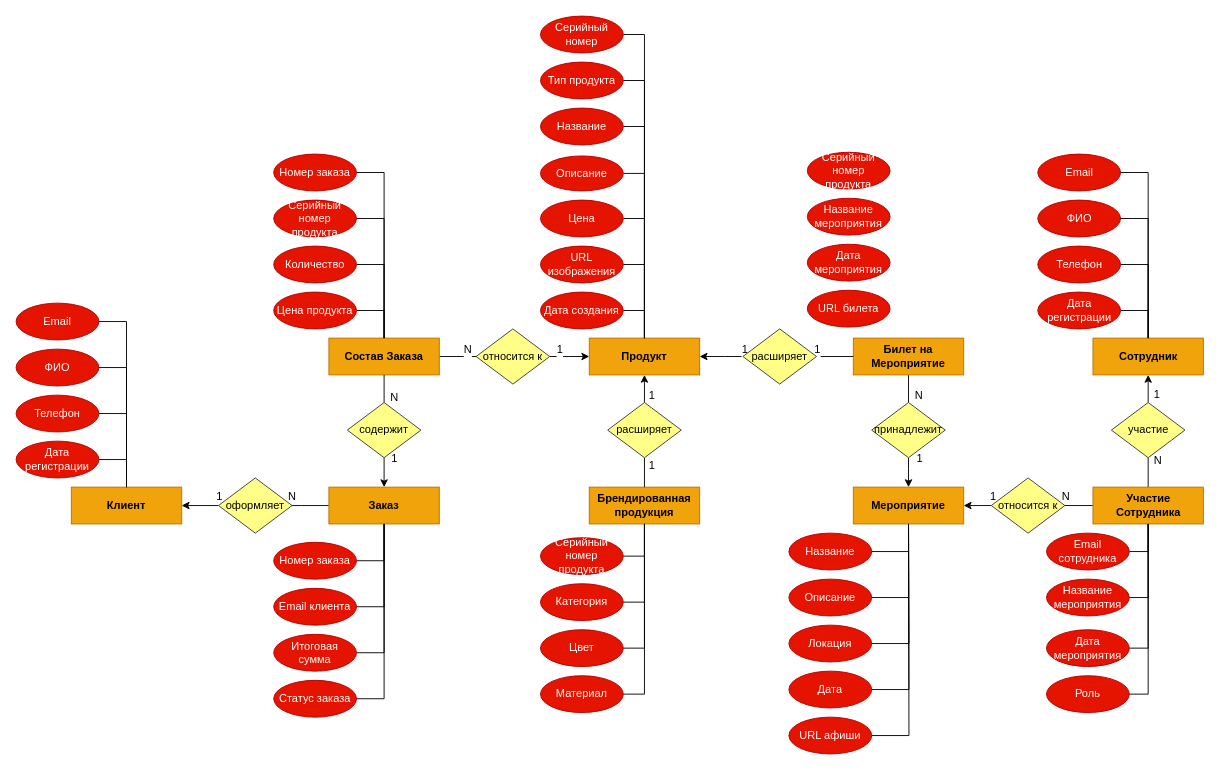
This is ud1.drawio from softqwak/ud, a draw.io file, before an edit. Source tidied: cells renumbered, new cells numbered last; positions are measured from the earlier drawing's top-left corner, leaving out a move shared by most shapes. Both pictures are drawn from the tidied source at 92%, with x=0, y=0 at pixel (16, 16).
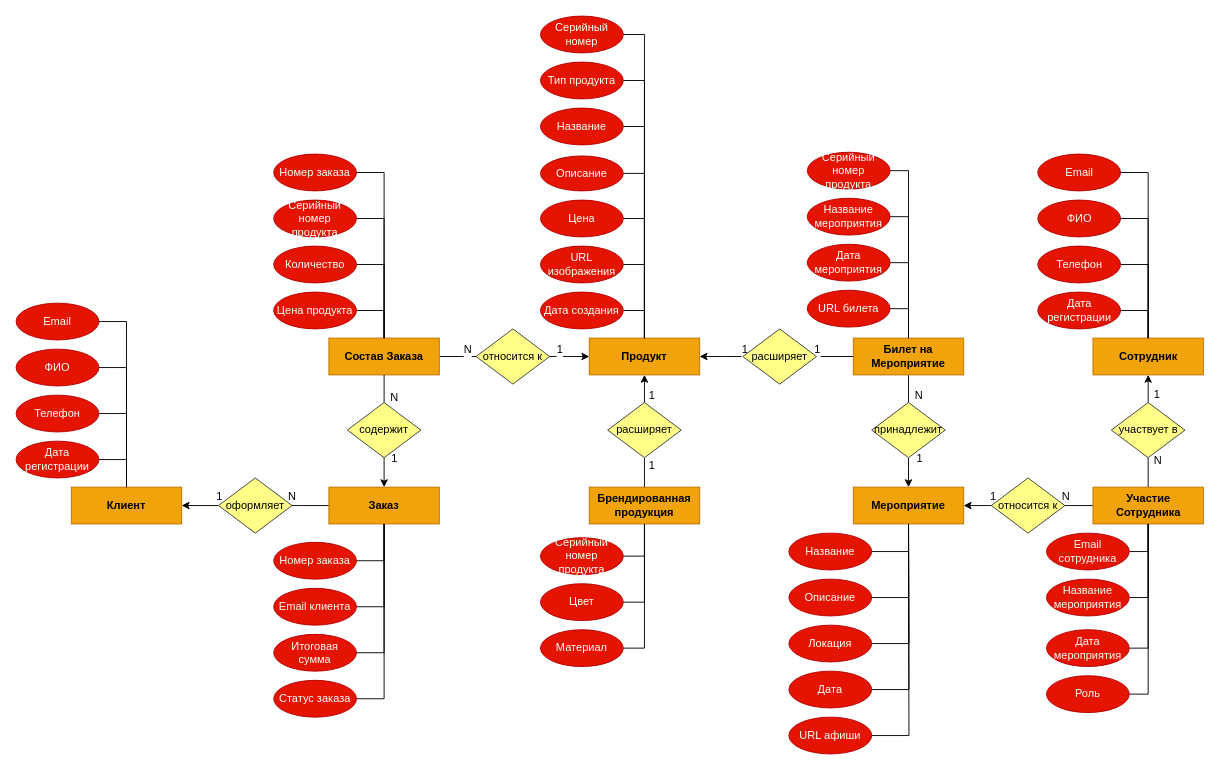
Above is the later version.

Unchanged cells that the change refers to:
```xml
<mxCell id="16" value="Брендированная продукция" style="rounded=0;whiteSpace=wrap;html=1;fillColor=#f0a30a;fontColor=#000000;strokeColor=#BD7000;fontStyle=1;" parent="1" vertex="1">
  <mxGeometry x="623" y="512" width="120" height="40" as="geometry" />
</mxCell>
<mxCell id="29" value="Билет на Мероприятие" style="rounded=0;whiteSpace=wrap;html=1;fillColor=#f0a30a;fontColor=#000000;strokeColor=#BD7000;fontStyle=1;" parent="1" vertex="1">
  <mxGeometry x="910" y="350" width="120" height="40" as="geometry" />
</mxCell>
<mxCell id="38" value="Серийный номер продукта" style="ellipse;whiteSpace=wrap;html=1;fillColor=#e51400;fontColor=#ffffff;strokeColor=#B20000;" parent="1" vertex="1">
  <mxGeometry x="860" y="148" width="90" height="40" as="geometry" />
</mxCell>
<mxCell id="39" value="Название мероприятия" style="ellipse;whiteSpace=wrap;html=1;fillColor=#e51400;fontColor=#ffffff;strokeColor=#B20000;" parent="1" vertex="1">
  <mxGeometry x="860" y="198" width="90" height="40" as="geometry" />
</mxCell>
<mxCell id="40" value="Дата мероприятия" style="ellipse;whiteSpace=wrap;html=1;fillColor=#e51400;fontColor=#ffffff;strokeColor=#B20000;" parent="1" vertex="1">
  <mxGeometry x="860" y="248" width="90" height="40" as="geometry" />
</mxCell>
<mxCell id="93" value="URL билета" style="ellipse;whiteSpace=wrap;html=1;fillColor=#e51400;fontColor=#ffffff;strokeColor=#B20000;" parent="1" vertex="1">
  <mxGeometry x="860" y="298" width="90" height="40" as="geometry" />
</mxCell>
```

Diff of the diagram source:
```diff
@@
+    <mxCell id="127" style="edgeStyle=orthogonalEdgeStyle;shape=connector;rounded=0;jettySize=auto;html=1;exitX=1;exitY=0.5;exitDx=0;exitDy=0;entryX=0.5;entryY=0;entryDx=0;entryDy=0;strokeColor=default;align=center;verticalAlign=middle;fontFamily=Helvetica;fontSize=12;fontColor=default;fontStyle=0;labelBackgroundColor=default;endArrow=none;endFill=0;" parent="1" edge="1" source="38" target="29">
+      <mxGeometry relative="1" as="geometry" />
+    </mxCell>
@@
+    <mxCell id="128" style="edgeStyle=orthogonalEdgeStyle;shape=connector;rounded=0;jettySize=auto;html=1;exitX=1;exitY=0.5;exitDx=0;exitDy=0;entryX=0.5;entryY=0;entryDx=0;entryDy=0;strokeColor=default;align=center;verticalAlign=middle;fontFamily=Helvetica;fontSize=12;fontColor=default;fontStyle=0;labelBackgroundColor=default;endArrow=none;endFill=0;" parent="1" edge="1" source="39" target="29">
+      <mxGeometry relative="1" as="geometry" />
+    </mxCell>
@@
+    <mxCell id="129" style="edgeStyle=orthogonalEdgeStyle;shape=connector;rounded=0;jettySize=auto;html=1;exitX=1;exitY=0.5;exitDx=0;exitDy=0;entryX=0.5;entryY=0;entryDx=0;entryDy=0;strokeColor=default;align=center;verticalAlign=middle;fontFamily=Helvetica;fontSize=12;fontColor=default;fontStyle=0;labelBackgroundColor=default;endArrow=none;endFill=0;" parent="1" edge="1" source="40" target="29">
+      <mxGeometry relative="1" as="geometry" />
+    </mxCell>
@@
-    <mxCell id="43" style="edgeStyle=orthogonalEdgeStyle;shape=connector;rounded=0;jettySize=auto;html=1;exitX=1;exitY=0.5;exitDx=0;exitDy=0;entryX=0.5;entryY=1;entryDx=0;entryDy=0;strokeColor=default;align=center;verticalAlign=middle;fontFamily=Helvetica;fontSize=12;fontColor=default;fontStyle=0;labelBackgroundColor=default;endArrow=none;endFill=0;" parent="1" edge="1" source="44" target="16">
-      <mxGeometry relative="1" as="geometry" />
-    </mxCell>
-    <mxCell id="44" value="Категория" style="ellipse;whiteSpace=wrap;html=1;fillColor=#e51400;fontColor=#ffffff;strokeColor=#B20000;" parent="1" vertex="1">
-      <mxGeometry x="570" y="617" width="90" height="40" as="geometry" />
-    </mxCell>
@@
     <mxCell id="46" value="Цвет" style="ellipse;whiteSpace=wrap;html=1;fillColor=#e51400;fontColor=#ffffff;strokeColor=#B20000;" parent="1" vertex="1">
-      <mxGeometry x="570" y="667" width="90" height="40" as="geometry" />
+      <mxGeometry x="570" y="617" width="90" height="40" as="geometry" />
     </mxCell>
@@
     <mxCell id="48" value="Материал" style="ellipse;whiteSpace=wrap;html=1;fillColor=#e51400;fontColor=#ffffff;strokeColor=#B20000;" parent="1" vertex="1">
-      <mxGeometry x="570" y="717" width="90" height="40" as="geometry" />
+      <mxGeometry x="570" y="667" width="90" height="40" as="geometry" />
     </mxCell>
@@
+    <mxCell id="130" style="edgeStyle=orthogonalEdgeStyle;shape=connector;rounded=0;jettySize=auto;html=1;exitX=1;exitY=0.5;exitDx=0;exitDy=0;entryX=0.5;entryY=0;entryDx=0;entryDy=0;strokeColor=default;align=center;verticalAlign=middle;fontFamily=Helvetica;fontSize=12;fontColor=default;fontStyle=0;labelBackgroundColor=default;endArrow=none;endFill=0;" parent="1" edge="1" source="93" target="29">
+      <mxGeometry relative="1" as="geometry" />
+    </mxCell>
@@
-    <mxCell id="126" value="участие" style="rhombus;whiteSpace=wrap;html=1;rounded=0;strokeColor=#36393d;align=center;verticalAlign=middle;fontFamily=Helvetica;fontSize=12;fontColor=default;fontStyle=0;fillColor=#ffff88;" parent="1" vertex="1">
+    <mxCell id="126" value="участвует в" style="rhombus;whiteSpace=wrap;html=1;rounded=0;strokeColor=#36393d;align=center;verticalAlign=middle;fontFamily=Helvetica;fontSize=12;fontColor=default;fontStyle=0;fillColor=#ffff88;" parent="1" vertex="1">
       <mxGeometry x="1190.5" y="420" width="80" height="60" as="geometry" />
     </mxCell>
```
